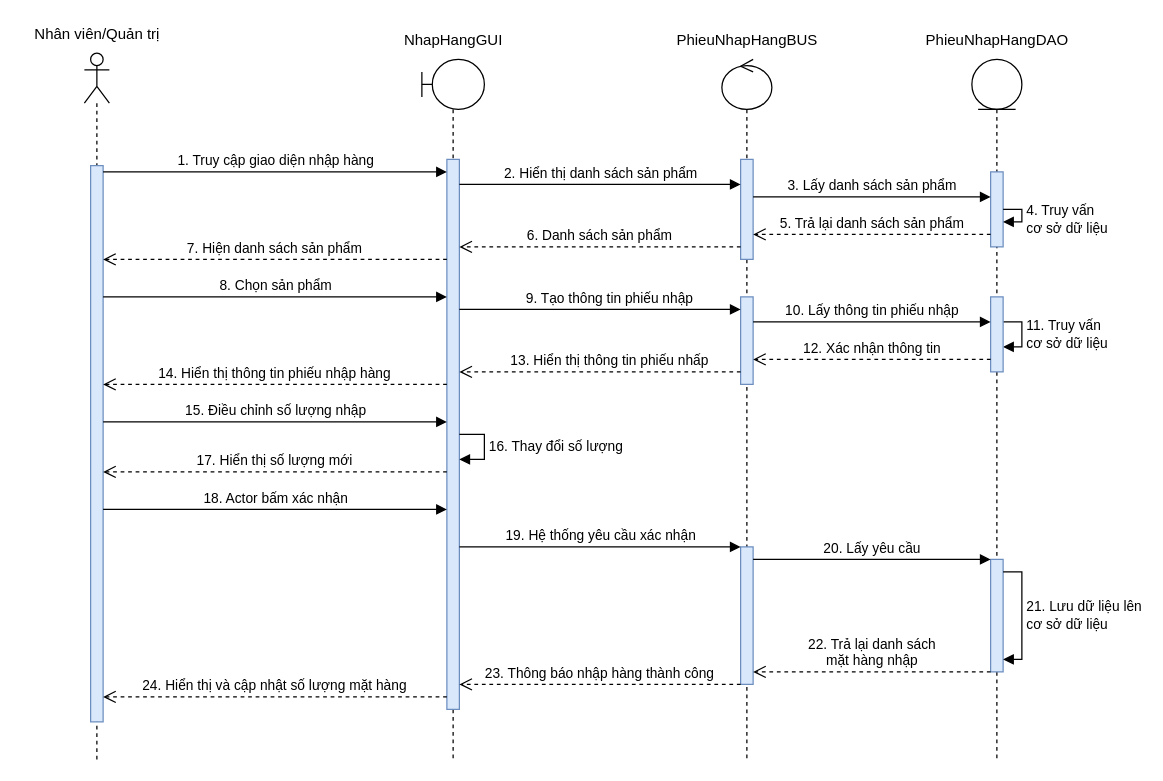
Earlier version of the draw.io diagram Sequence Diagrams/Quang Võ/SD_NhậpHàng.drawio (EdgarIgnite16/OOAD-Project). Source tidied: cells renumbered, new cells numbered last; positions are measured from the earlier drawing's top-left corner, leaving out a move shared by most shapes. Both pictures are drawn from the tidied source at 125%, with x=0, y=0 at pixel (21, 21).
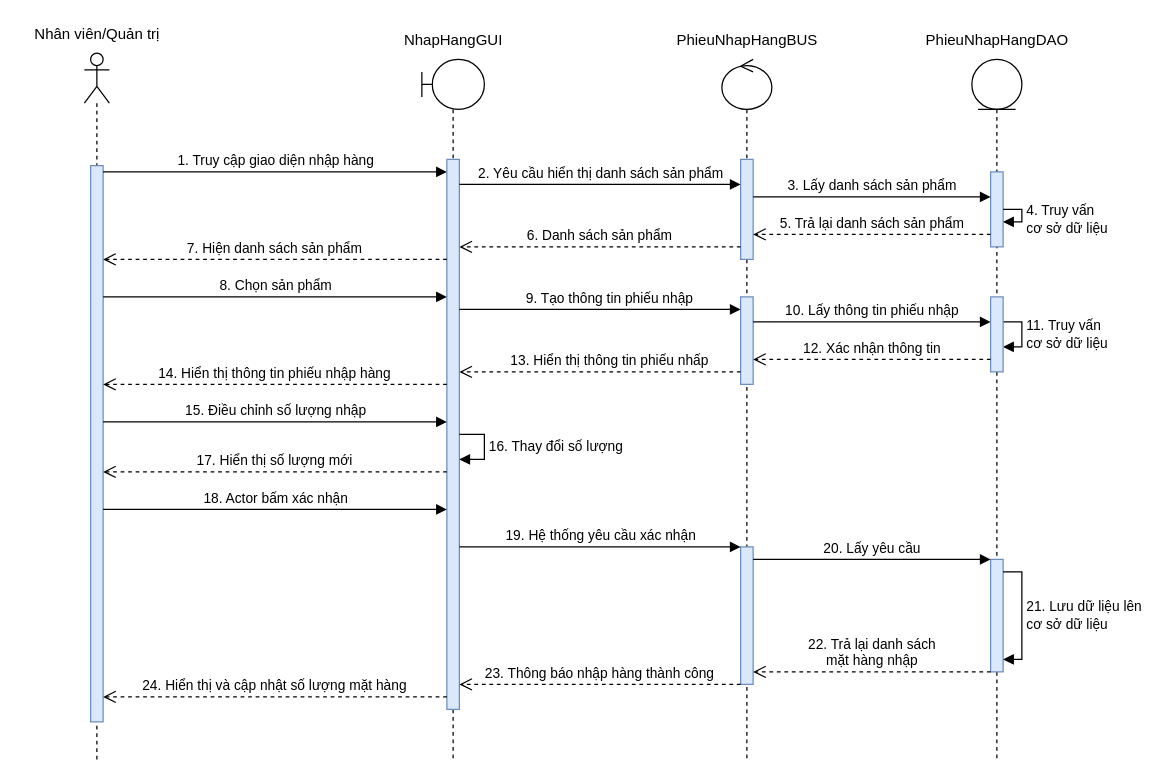
After the change.

Unchanged cells that the change refers to:
```xml
<mxCell id="6" style="html=1;points=[];perimeter=orthogonalPerimeter;fillColor=#dae8fc;strokeColor=#6c8ebf;" parent="5" vertex="1">
  <mxGeometry x="20" y="80" width="10" height="440" as="geometry" />
</mxCell>
<mxCell id="9" style="html=1;points=[];perimeter=orthogonalPerimeter;fillColor=#dae8fc;strokeColor=#6c8ebf;" parent="8" vertex="1">
  <mxGeometry x="15" y="80" width="10" height="80" as="geometry" />
</mxCell>
```

Diff of the diagram source:
```diff
@@
-    <mxCell id="23" value="2. Hiển thị danh sách sản phẩm" style="html=1;verticalAlign=bottom;endArrow=block;rounded=0;" parent="1" edge="1" source="6" target="9">
+    <mxCell id="23" value="2. Yêu cầu hiển thị danh sách sản phẩm" style="html=1;verticalAlign=bottom;endArrow=block;rounded=0;" parent="1" edge="1" source="6" target="9">
       <mxGeometry relative="1" as="geometry">
         <Array as="points">
           <mxPoint x="400" y="130" />
           <mxPoint x="480" y="130" />
         </Array>
       </mxGeometry>
     </mxCell>
```
